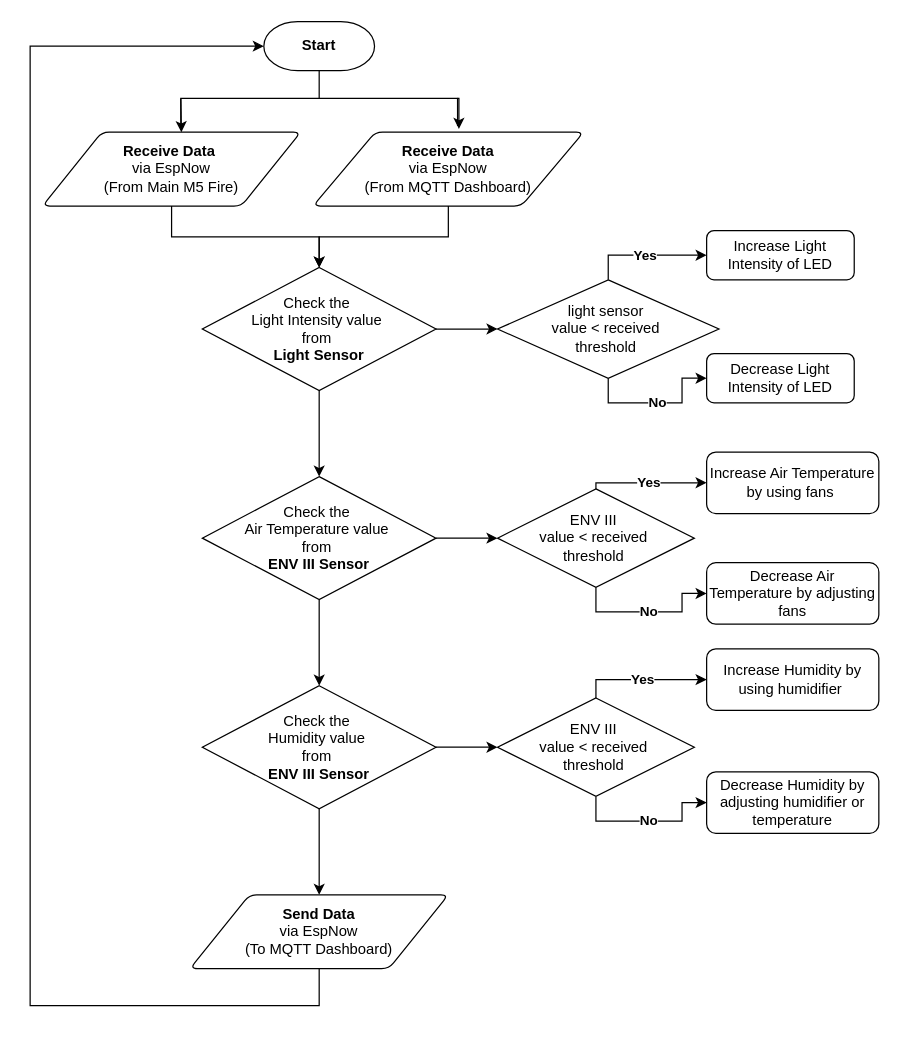
This is flowcharts/Untitled Diagram.drawio from thisisnich/programmingProject1, a draw.io file, before an edit. Source tidied: cells renumbered, new cells numbered last; positions are measured from the earlier drawing's top-left corner, leaving out a move shared by most shapes. Both pictures are drawn from the tidied source at 123%, with x=0, y=0 at pixel (30, -41).
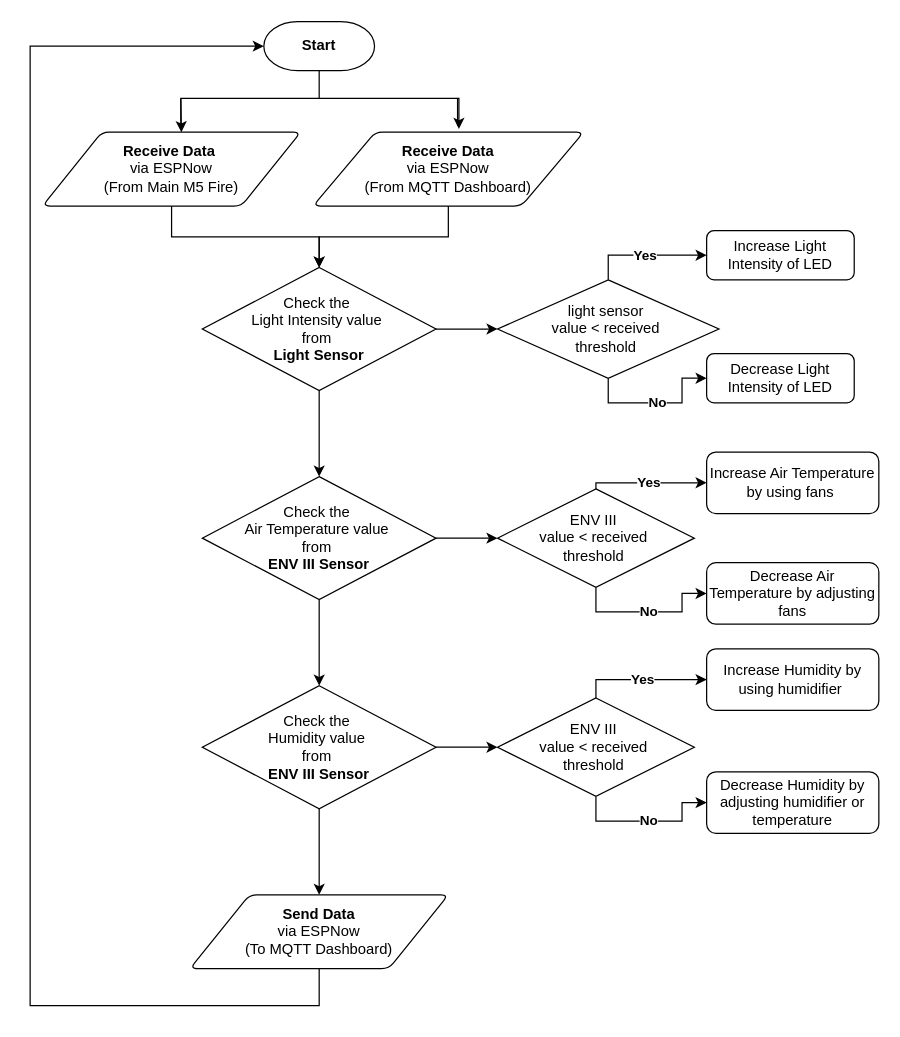
The same diagram, later.

Change to the diagram source:
```diff
@@
-    <mxCell id="5" value="&lt;b&gt;Receive Data&amp;nbsp;&lt;/b&gt;&lt;div&gt;via EspNow&lt;div&gt;(From Main M5 Fire)&lt;/div&gt;&lt;/div&gt;" style="shape=parallelogram;html=1;strokeWidth=1;perimeter=parallelogramPerimeter;whiteSpace=wrap;rounded=1;arcSize=12;size=0.23;" parent="1" vertex="1">
+    <mxCell id="5" value="&lt;b&gt;Receive Data&amp;nbsp;&lt;/b&gt;&lt;div&gt;via ESPNow&lt;div&gt;(From Main M5 Fire)&lt;/div&gt;&lt;/div&gt;" style="shape=parallelogram;html=1;strokeWidth=1;perimeter=parallelogramPerimeter;whiteSpace=wrap;rounded=1;arcSize=12;size=0.23;" parent="1" vertex="1">
       <mxGeometry x="10" y="140" width="210" height="60" as="geometry" />
     </mxCell>
@@
-    <mxCell id="7" value="&lt;b&gt;Receive Data&lt;/b&gt;&lt;div&gt;via EspNow&lt;b&gt;&lt;br&gt;&lt;/b&gt;&lt;div&gt;(From MQTT Dashboard)&lt;/div&gt;&lt;/div&gt;" style="shape=parallelogram;html=1;strokeWidth=1;perimeter=parallelogramPerimeter;whiteSpace=wrap;rounded=1;arcSize=12;size=0.23;" parent="1" vertex="1">
+    <mxCell id="7" value="&lt;b&gt;Receive Data&lt;/b&gt;&lt;div&gt;via ESPNow&lt;b&gt;&lt;br&gt;&lt;/b&gt;&lt;div&gt;(From MQTT Dashboard)&lt;/div&gt;&lt;/div&gt;" style="shape=parallelogram;html=1;strokeWidth=1;perimeter=parallelogramPerimeter;whiteSpace=wrap;rounded=1;arcSize=12;size=0.23;" parent="1" vertex="1">
       <mxGeometry x="230" y="140" width="220" height="60" as="geometry" />
     </mxCell>
@@
-    <mxCell id="34" value="&lt;b&gt;Send Data&lt;/b&gt;&lt;div&gt;via EspNow&lt;b&gt;&lt;br&gt;&lt;/b&gt;&lt;div&gt;(To MQTT Dashboard)&lt;/div&gt;&lt;/div&gt;" style="shape=parallelogram;html=1;strokeWidth=1;perimeter=parallelogramPerimeter;whiteSpace=wrap;rounded=1;arcSize=12;size=0.23;" parent="1" vertex="1">
+    <mxCell id="34" value="&lt;b&gt;Send Data&lt;/b&gt;&lt;div&gt;via ESPNow&lt;b&gt;&lt;br&gt;&lt;/b&gt;&lt;div&gt;(To MQTT Dashboard)&lt;/div&gt;&lt;/div&gt;" style="shape=parallelogram;html=1;strokeWidth=1;perimeter=parallelogramPerimeter;whiteSpace=wrap;rounded=1;arcSize=12;size=0.23;" parent="1" vertex="1">
       <mxGeometry x="130" y="760" width="210" height="60" as="geometry" />
     </mxCell>
```
